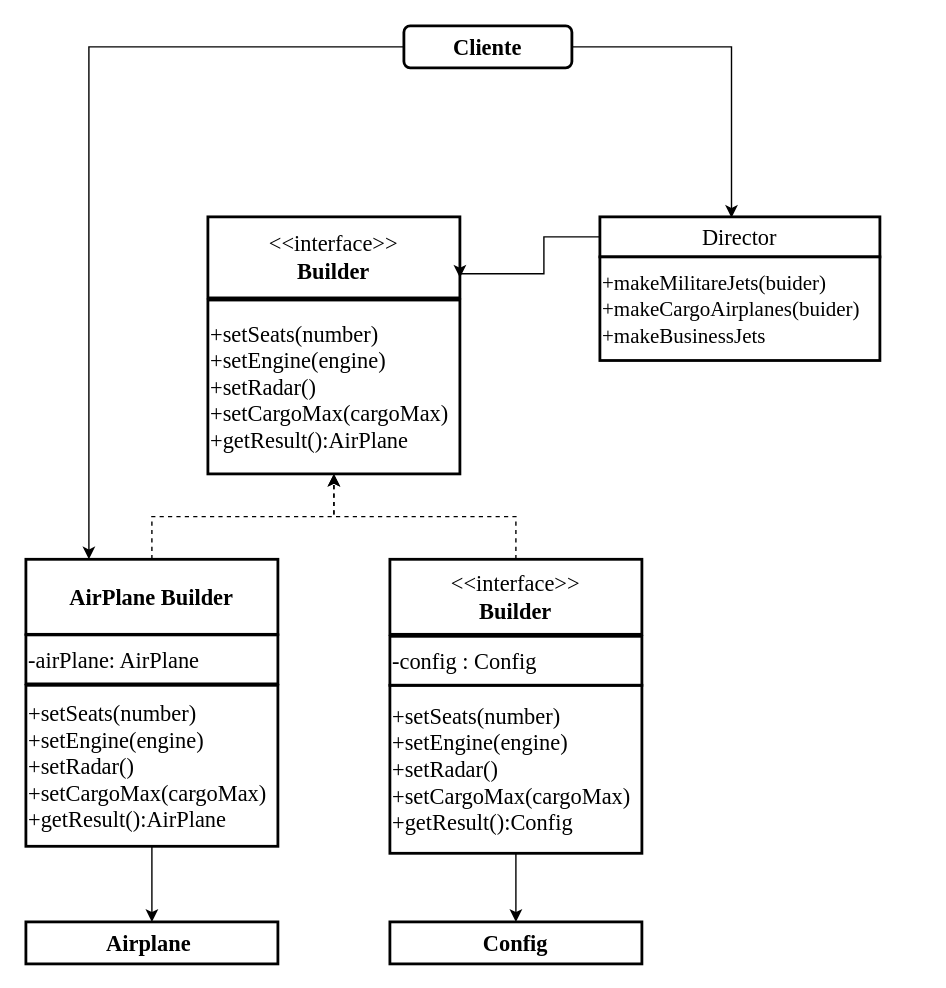
Before: BuiderHouse.drawio in LuizMPelizaro/BuilderAirPlane, a draw.io diagram. Source tidied: cells renumbered, new cells numbered last; positions are measured from the earlier drawing's top-left corner, leaving out a move shared by most shapes. Both pictures are drawn from the tidied source at 140%, with x=0, y=0 at pixel (25, 25).
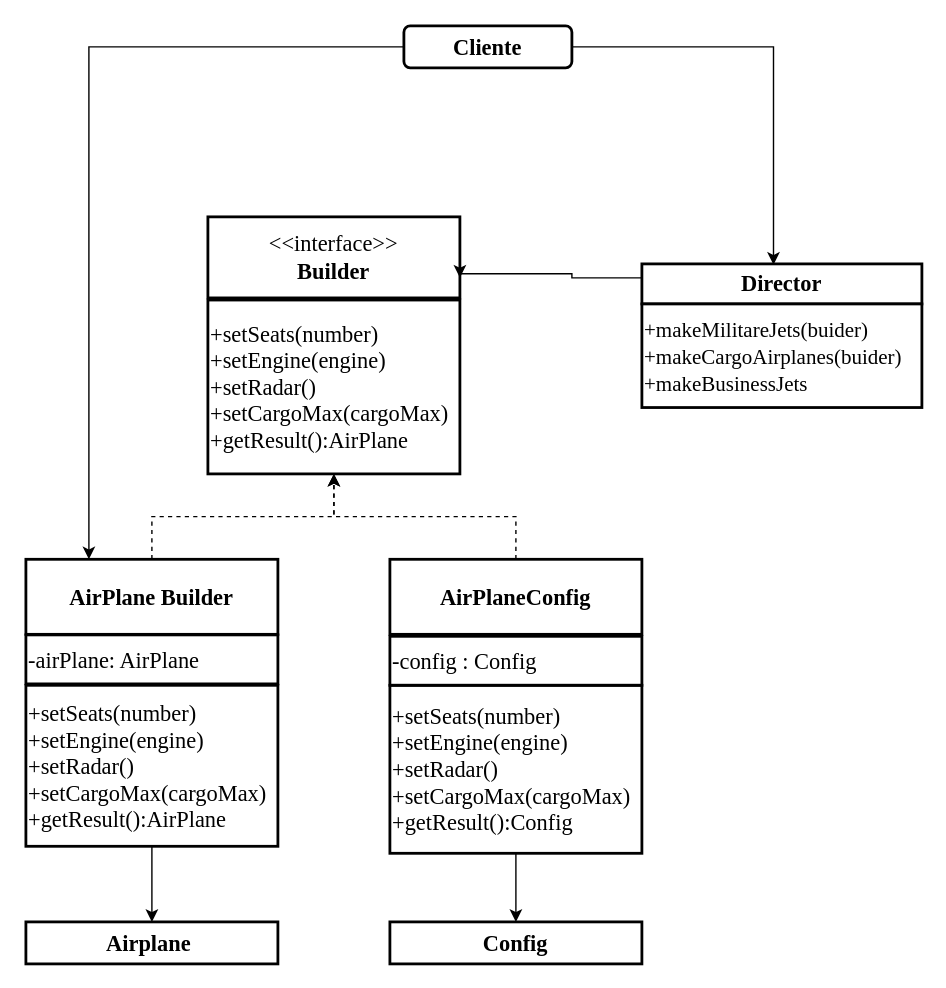
The same page after the edit.

The change refers to these unchanged cells:
```xml
<mxCell id="10" value="&amp;lt;&amp;lt;interface&amp;gt;&amp;gt;&lt;br&gt;&lt;b&gt;Builder&lt;/b&gt;" style="rounded=0;whiteSpace=wrap;html=1;shadow=0;glass=0;sketch=0;strokeWidth=2;fontFamily=Times New Roman;fontSize=16;align=center;" parent="9" vertex="1">
  <mxGeometry width="180" height="57.9" as="geometry" />
</mxCell>
<mxCell id="15" style="group;labelBorderColor=none;gradientDirection=north;rounded=0;glass=0;shadow=0;sketch=0;arcSize=0;fillColor=#ffffff;" parent="1" vertex="1">
  <mxGeometry x="260" y="381" width="180" height="210" as="geometry" />
</mxCell>
```

What changed in the source:
```diff
@@
     <mxCell id="5" style="group;" parent="1" vertex="1">
-      <mxGeometry x="410" y="136.4" width="200" height="102.6" as="geometry" />
+      <mxGeometry x="440" y="170" width="200" height="102.6" as="geometry" />
     </mxCell>
-    <mxCell id="6" value="Director" style="rounded=0;whiteSpace=wrap;html=1;glass=0;labelBackgroundColor=none;sketch=0;strokeWidth=2;fontFamily=Times New Roman;fontSize=16;shadow=0;" parent="5" vertex="1">
+    <mxCell id="6" value="&lt;b&gt;Director&lt;/b&gt;" style="rounded=0;whiteSpace=wrap;html=1;glass=0;labelBackgroundColor=none;sketch=0;strokeWidth=2;fontFamily=Times New Roman;fontSize=16;shadow=0;" parent="5" vertex="1">
       <mxGeometry width="200" height="28.6" as="geometry" />
     </mxCell>
@@
     <mxCell id="12" style="edgeStyle=orthogonalEdgeStyle;rounded=0;jettySize=auto;html=1;fontFamily=Times New Roman;fontSize=16;entryX=1;entryY=0.75;entryDx=0;entryDy=0;endArrow=classic;endFill=1;" parent="1" edge="1" source="6" target="10">
       <mxGeometry relative="1" as="geometry">
         <Array as="points">
-          <mxPoint x="370" y="151" />
-          <mxPoint x="370" y="177" />
+          <mxPoint x="390" y="180" />
+          <mxPoint x="390" y="177" />
+          <mxPoint x="310" y="177" />
         </Array>
       </mxGeometry>
     </mxCell>
@@
-    <mxCell id="16" value="&amp;lt;&amp;lt;interface&amp;gt;&amp;gt;&lt;br&gt;&lt;b&gt;Builder&lt;/b&gt;" style="rounded=0;whiteSpace=wrap;html=1;shadow=0;glass=0;sketch=0;strokeWidth=2;fontFamily=Times New Roman;fontSize=16;align=center;" parent="15" vertex="1">
+    <mxCell id="16" value="&lt;b&gt;AirPlaneConfig&lt;/b&gt;" style="rounded=0;whiteSpace=wrap;html=1;shadow=0;glass=0;sketch=0;strokeWidth=2;fontFamily=Times New Roman;fontSize=16;align=center;" parent="15" vertex="1">
       <mxGeometry width="180" height="53.6" as="geometry" />
     </mxCell>
```
